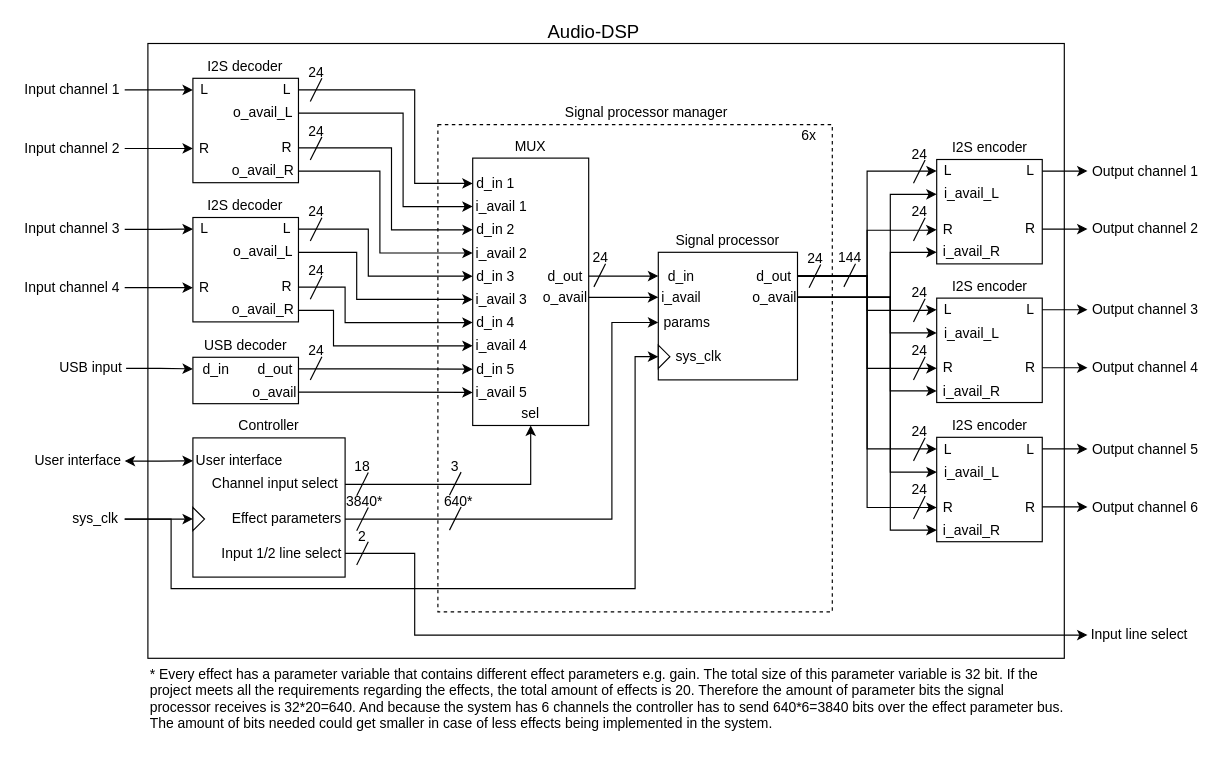
Above: page "Audio-DSP" (1 of 2) of Block diagrams/System design/20230622_Audio-DSP design_redesign.drawio in HeinVerhallen/Audio-DSP (draw.io), before the change. Source tidied: cells renumbered, new cells numbered last; positions are measured from the earlier drawing's top-left corner, leaving out a move shared by most shapes. Both pictures are drawn from the tidied source at 116%, with x=0, y=0 at pixel (20, 20).
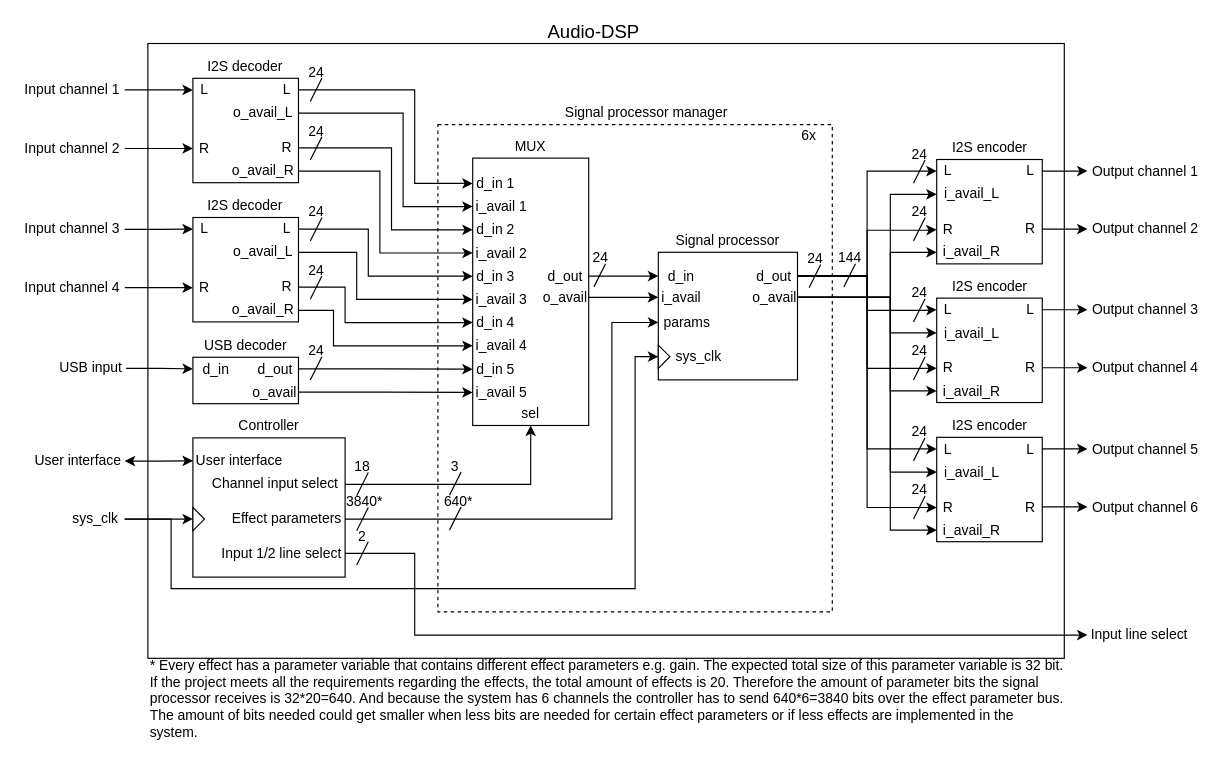
After the change.

What changed in the source:
```diff
@@
-    <mxCell id="183" value="* Every effect has a parameter variable that contains different effect parameters e.g. gain. The total size of this parameter variable is 32 bit. If the project meets all the requirements regarding the effects, the total amount of effects is 20. Therefore the amount of parameter bits the signal processor receives is 32*20=640. And because the system has 6 channels the controller has to send 640*6=3840 bits over the effect parameter bus. The amount of bits needed could get smaller in case of less effects being implemented in the system." style="text;html=1;strokeColor=none;fillColor=none;align=left;verticalAlign=middle;whiteSpace=wrap;rounded=0;" parent="1" vertex="1">
+    <mxCell id="183" value="* Every effect has a parameter variable that contains different effect parameters e.g. gain. The expected total size of this parameter variable is 32 bit. If the project meets all the requirements regarding the effects, the total amount of effects is 20. Therefore the amount of parameter bits the signal processor receives is 32*20=640. And because the system has 6 channels the controller has to send 640*6=3840 bits over the effect parameter bus. The amount of bits needed could get smaller when less bits are needed for certain effect parameters or if less effects are implemented in the system." style="text;html=1;strokeColor=none;fillColor=none;align=left;verticalAlign=middle;whiteSpace=wrap;rounded=0;" parent="1" vertex="1">
       <mxGeometry x="110" y="550" width="790" height="70" as="geometry" />
     </mxCell>
```
